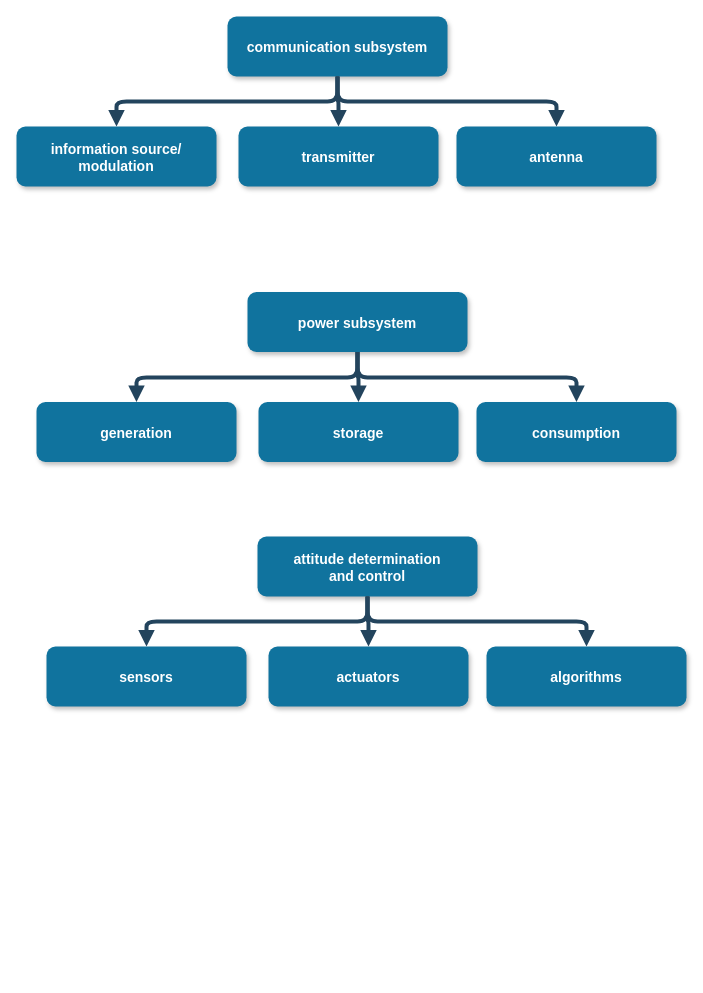
Before: ImportFromLucid3.drawio in JanThoemel/matlabfunctions, a draw.io diagram. Source tidied: cells renumbered, new cells numbered last; positions are measured from the earlier drawing's top-left corner, leaving out a move shared by most shapes. Both pictures are drawn from the tidied source at 100%, with x=0, y=0 at pixel (16, 16).
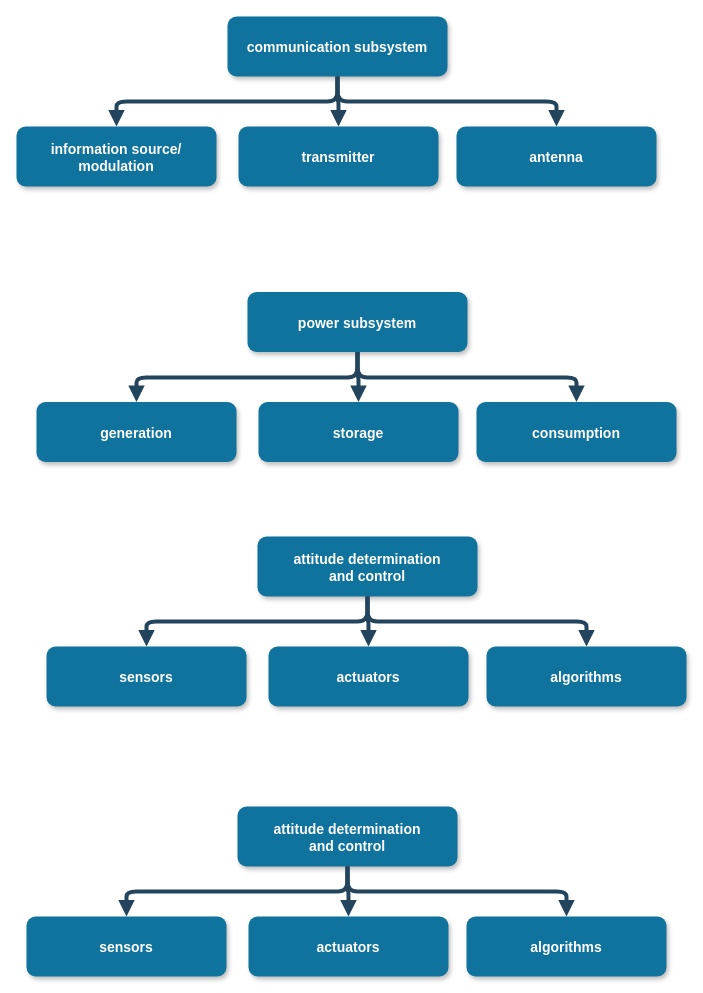
After the change.

What changed in the source:
```diff
@@
+    <mxCell id="23" value="attitude determination&#10;and control" style="rounded=1;fillColor=#10739E;strokeColor=none;shadow=1;gradientColor=none;fontStyle=1;fontColor=#FFFFFF;fontSize=14;" parent="1" vertex="1">
+      <mxGeometry x="221" y="790" width="220" height="60" as="geometry" />
+    </mxCell>
+    <mxCell id="24" value="sensors" style="rounded=1;fillColor=#10739E;strokeColor=none;shadow=1;gradientColor=none;fontStyle=1;fontColor=#FFFFFF;fontSize=14;" parent="1" vertex="1">
+      <mxGeometry x="10" y="900" width="200" height="60" as="geometry" />
+    </mxCell>
+    <mxCell id="25" value="actuators" style="rounded=1;fillColor=#10739E;strokeColor=none;shadow=1;gradientColor=none;fontStyle=1;fontColor=#FFFFFF;fontSize=14;" parent="1" vertex="1">
+      <mxGeometry x="232" y="900" width="200" height="60" as="geometry" />
+    </mxCell>
+    <mxCell id="26" value="algorithms" style="rounded=1;fillColor=#10739E;strokeColor=none;shadow=1;gradientColor=none;fontStyle=1;fontColor=#FFFFFF;fontSize=14;" parent="1" vertex="1">
+      <mxGeometry x="450" y="900" width="200" height="60" as="geometry" />
+    </mxCell>
+    <mxCell id="27" style="edgeStyle=elbowEdgeStyle;elbow=vertical;strokeWidth=4;endArrow=block;endFill=1;fontStyle=1;strokeColor=#23445D;" parent="1" edge="1" source="23" target="25">
+      <mxGeometry x="12" y="680" as="geometry" />
+    </mxCell>
+    <mxCell id="28" style="edgeStyle=elbowEdgeStyle;elbow=vertical;strokeWidth=4;endArrow=block;endFill=1;fontStyle=1;strokeColor=#23445D;" parent="1" edge="1" source="23" target="24">
+      <mxGeometry x="12" y="680" as="geometry" />
+    </mxCell>
+    <mxCell id="29" style="edgeStyle=elbowEdgeStyle;elbow=vertical;strokeWidth=4;endArrow=block;endFill=1;fontStyle=1;strokeColor=#23445D;" parent="1" edge="1" source="23" target="26">
+      <mxGeometry x="12" y="680" as="geometry" />
+    </mxCell>
```
